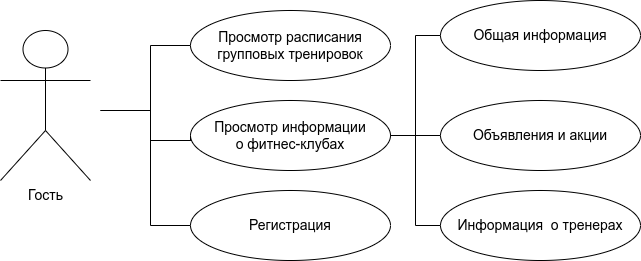
Before: img/usecase-guest.png, a diagram exported from draw.io (Ananasiika/FlexAirFit). Source tidied: cells renumbered, new cells last; positions are measured from the earlier drawing's top-left corner, leaving out a move shared by most shapes.
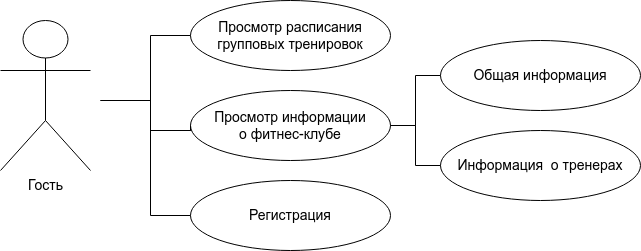
After the change.

What changed in the source:
```diff
@@ -17,7 +17,7 @@
         </Array>
       </mxGeometry>
     </mxCell>
-    <mxCell id="5" value="Просмотр информации&lt;br&gt;о фитнес-клубах" style="ellipse;whiteSpace=wrap;html=1;fontSize=14;" parent="1" vertex="1">
+    <mxCell id="5" value="Просмотр информации&lt;br&gt;о фитнес-клубе" style="ellipse;whiteSpace=wrap;html=1;fontSize=14;" parent="1" vertex="1">
       <mxGeometry x="190" y="100" width="200" height="70" as="geometry" />
     </mxCell>
     <mxCell id="6" style="edgeStyle=orthogonalEdgeStyle;rounded=0;html=1;exitX=0;exitY=0.5;exitDx=0;exitDy=0;endArrow=none;endFill=0;" parent="1" edge="1" source="5">
@@ -30,20 +30,14 @@
         </Array>
       </mxGeometry>
     </mxCell>
-    <mxCell id="7" value="Объявления и акции" style="ellipse;whiteSpace=wrap;html=1;fontSize=14;" parent="1" vertex="1">
-      <mxGeometry x="440" y="100" width="200" height="70" as="geometry" />
-    </mxCell>
     <mxCell id="8" value="Общая информация" style="ellipse;whiteSpace=wrap;html=1;fontSize=14;" parent="1" vertex="1">
-      <mxGeometry x="440" width="200" height="70" as="geometry" />
+      <mxGeometry x="440" y="50" width="200" height="70" as="geometry" />
     </mxCell>
     <mxCell id="9" style="endArrow=none;html=1;rounded=0;entryX=0;entryY=0.5;entryDx=0;entryDy=0;exitX=1;exitY=0.5;exitDx=0;exitDy=0;edgeStyle=orthogonalEdgeStyle;" parent="1" edge="1" source="5" target="8">
       <mxGeometry relative="1" as="geometry" />
     </mxCell>
-    <mxCell id="10" style="endArrow=none;html=1;rounded=0;entryX=0;entryY=0.5;entryDx=0;entryDy=0;exitX=1;exitY=0.5;exitDx=0;exitDy=0;edgeStyle=orthogonalEdgeStyle;" parent="1" edge="1" source="5" target="7">
-      <mxGeometry relative="1" as="geometry" />
-    </mxCell>
     <mxCell id="11" value="Информация&amp;nbsp; о тренерах" style="ellipse;whiteSpace=wrap;html=1;fontSize=14;" parent="1" vertex="1">
-      <mxGeometry x="440" y="190" width="200" height="70" as="geometry" />
+      <mxGeometry x="440" y="140" width="200" height="70" as="geometry" />
     </mxCell>
     <mxCell id="12" style="endArrow=none;html=1;rounded=0;entryX=0;entryY=0.5;entryDx=0;entryDy=0;exitX=1;exitY=0.5;exitDx=0;exitDy=0;edgeStyle=orthogonalEdgeStyle;" parent="1" edge="1" source="5" target="11">
       <mxGeometry relative="1" as="geometry" />
```
